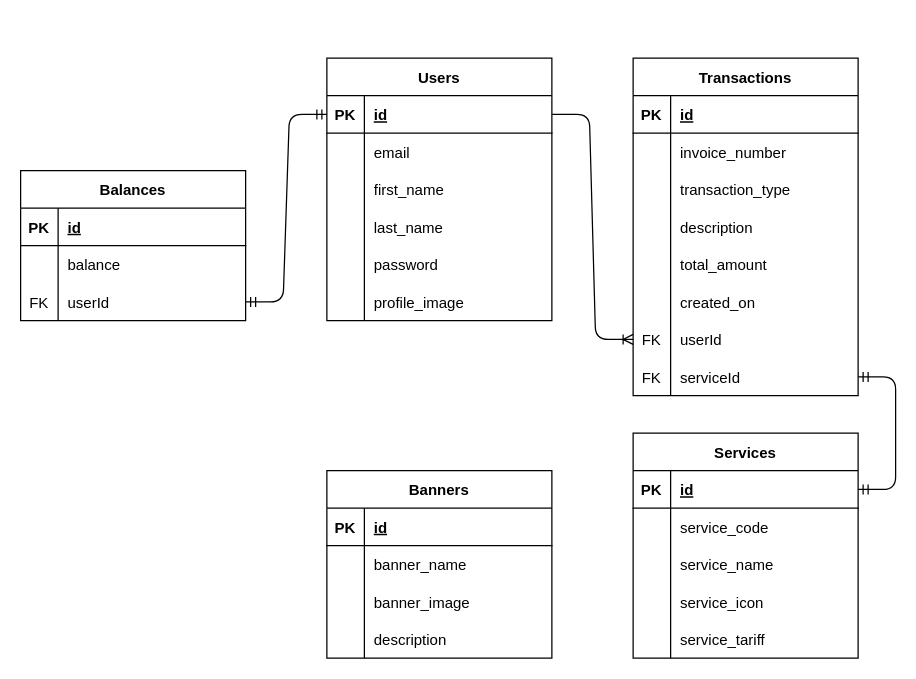
This is database-ERD.drawio from He12u/tht-api-nutech-integrasi, a draw.io file, before an edit. Source tidied: cells renumbered, new cells numbered last; positions are measured from the earlier drawing's top-left corner, leaving out a move shared by most shapes. Both pictures are drawn from the tidied source at 125%, with x=0, y=0 at pixel (20, 58).
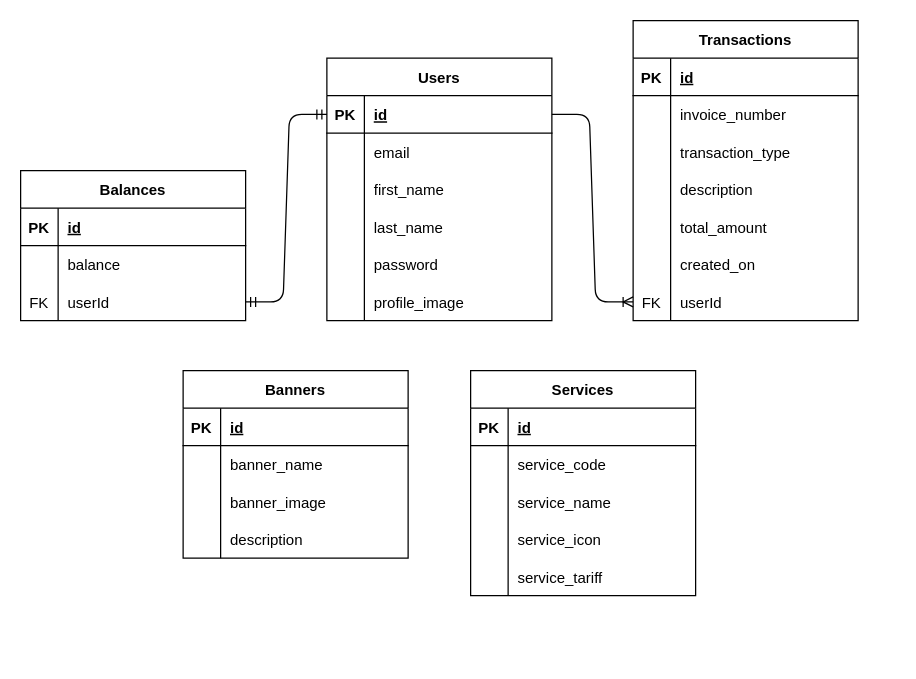
The same diagram, later.

The change refers to these unchanged cells:
```xml
<mxCell id="70" style="shape=tableRow;horizontal=0;startSize=0;swimlaneHead=0;swimlaneBody=0;fillColor=none;points=[[0,0.5],[1,0.5]];portConstraint=eastwest;top=0;left=0;right=0;bottom=1;" parent="69" vertex="1">
  <mxGeometry y="30" width="180" height="30" as="geometry" />
</mxCell>
```

Diff of the diagram source:
```diff
@@
     <mxCell id="31" value="Transactions" style="shape=table;startSize=30;childLayout=tableLayout;rowLines=0;fontStyle=1;align=center;" parent="1" vertex="1">
-      <mxGeometry x="490" width="180" height="270" as="geometry" />
+      <mxGeometry x="490" y="-30" width="180" height="240" as="geometry" />
     </mxCell>
@@
-    <mxCell id="53" style="shape=tableRow;horizontal=0;startSize=0;swimlaneHead=0;swimlaneBody=0;fillColor=none;points=[[0,0.5],[1,0.5]];portConstraint=eastwest;top=0;left=0;right=0;bottom=0;" parent="31" vertex="1">
-      <mxGeometry y="240" width="180" height="30" as="geometry" />
-    </mxCell>
-    <mxCell id="54" value="FK" style="shape=partialRectangle;fillColor=none;top=0;left=0;bottom=0;right=0;overflow=hidden;" parent="53" vertex="1">
-      <mxGeometry width="30" height="30" as="geometry" />
-    </mxCell>
-    <mxCell id="55" value="serviceId" style="shape=partialRectangle;fillColor=none;top=0;left=0;bottom=0;right=0;align=left;spacingLeft=6;overflow=hidden;" parent="53" vertex="1">
-      <mxGeometry x="30" width="150" height="30" as="geometry" />
-    </mxCell>
     <mxCell id="56" value="Banners" style="shape=table;startSize=30;childLayout=tableLayout;rowLines=0;fontStyle=1;align=center;" parent="1" vertex="1">
-      <mxGeometry x="245" y="330" width="180" height="150" as="geometry" />
+      <mxGeometry x="130" y="250" width="180" height="150" as="geometry" />
     </mxCell>
@@
     <mxCell id="69" value="Services" style="shape=table;startSize=30;childLayout=tableLayout;rowLines=0;fontStyle=1;align=center;" parent="1" vertex="1">
-      <mxGeometry x="490" y="300" width="180" height="180" as="geometry" />
+      <mxGeometry x="360" y="250" width="180" height="180" as="geometry" />
     </mxCell>
@@
-    <mxCell id="87" style="edgeStyle=entityRelationEdgeStyle;fontSize=12;html=1;endArrow=ERmandOne;startArrow=ERmandOne;entryX=1;entryY=0.5;entryDx=0;entryDy=0;exitX=1;exitY=0.5;exitDx=0;exitDy=0;" parent="1" edge="1" source="70" target="53">
-      <mxGeometry relative="1" as="geometry" />
-    </mxCell>
```
